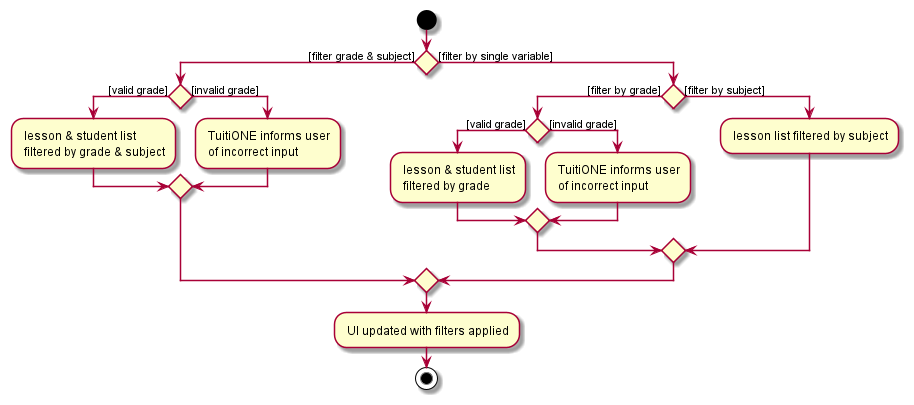
Earlier version of the PlantUML export docs/images/DeveloperGuideImage/FilterActivityDiagram.png (nus-cs2103-AY2122S1/tp).
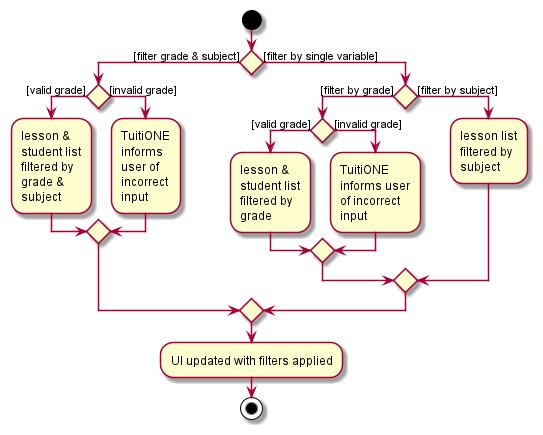
Above is the later version.

Commit message:
Update activity diagram

Diff of the diagram source:
```diff
@@ -3,27 +3,39 @@
 start
 if () then ([filter grade & subject])
     if () then ([valid grade])
-        : lesson & student list
-         filtered by grade & subject;
+        :lesson &
+        student list
+        filtered by
+        grade &
+        subject;
     else ([invalid grade])
-        : TuitiONE informs user
-         of incorrect input;
+        :TuitiONE
+        informs
+        user of
+        incorrect
+        input;
     endif
 else ([filter by single variable])
     if () then ([filter by grade])
         if () then ([valid grade])
-            : lesson & student list
-             filtered by grade;
+            :lesson &
+            student list
+            filtered by
+            grade;
         else ([invalid grade])
-            : TuitiONE informs user
-             of incorrect input;
+            :TuitiONE
+            informs user
+            of incorrect
+            input;
         endif
     else ([filter by subject])
-        : lesson list filtered by subject;
+        :lesson list
+        filtered by
+        subject;
 
     endif
 endif
-: UI updated with filters applied;
+:UI updated with filters applied;
 stop
 
 @enduml
```
